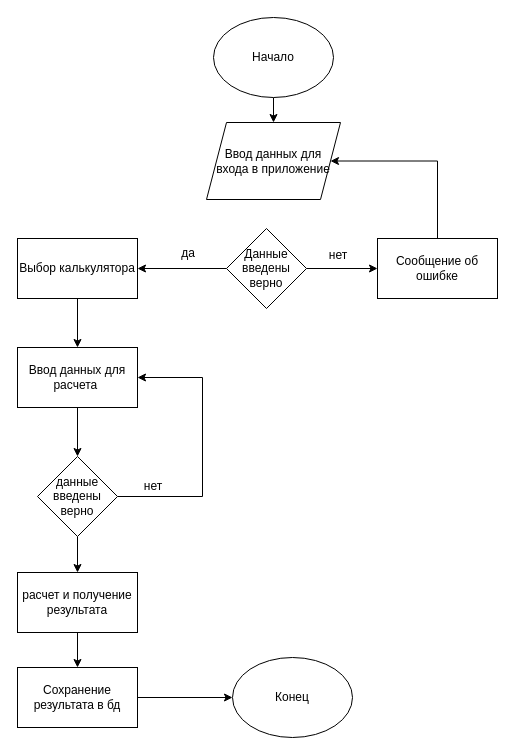
The draw.io diagram p4.drawio in Alexander-Bankov/draw, before the edit. Source tidied: cells renumbered, new cells numbered last; positions are measured from the earlier drawing's top-left corner, leaving out a move shared by most shapes. Both pictures are drawn from the tidied source at 100%, with x=0, y=0 at pixel (17, 17).
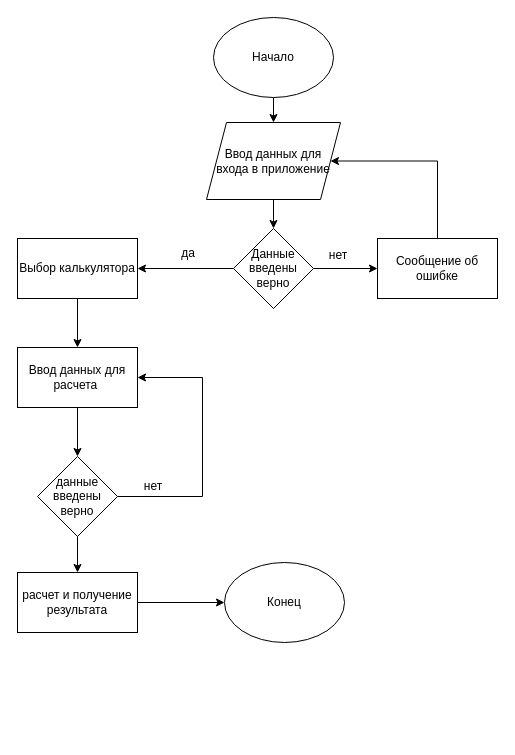
After the change.

Unchanged cells that the change refers to:
```xml
<mxCell id="4" value="Ввод данных для входа в приложение" style="shape=parallelogram;perimeter=parallelogramPerimeter;whiteSpace=wrap;html=1;fixedSize=1;" parent="1" vertex="1">
  <mxGeometry x="189" y="105" width="134" height="77" as="geometry" />
</mxCell>
<mxCell id="21" value="расчет и получение результата" style="rounded=0;whiteSpace=wrap;html=1;" parent="1" vertex="1">
  <mxGeometry y="555" width="120" height="60" as="geometry" />
</mxCell>
```

Diff of the diagram source:
```diff
@@
     <mxCell id="7" value="Данные введены верно" style="rhombus;whiteSpace=wrap;html=1;" parent="1" vertex="1">
-      <mxGeometry x="209" y="211" width="80" height="80" as="geometry" />
+      <mxGeometry x="216" y="211" width="80" height="80" as="geometry" />
     </mxCell>
@@
-    <mxCell id="20" style="edgeStyle=orthogonalEdgeStyle;rounded=0;jettySize=auto;html=1;" parent="1" edge="1" source="21" target="23">
-      <mxGeometry relative="1" as="geometry" />
-    </mxCell>
+    <mxCell id="25" style="edgeStyle=orthogonalEdgeStyle;rounded=0;jettySize=auto;html=1;" parent="1" edge="1" source="21" target="24">
+      <mxGeometry relative="1" as="geometry" />
+    </mxCell>
@@
-    <mxCell id="22" style="edgeStyle=orthogonalEdgeStyle;rounded=0;jettySize=auto;html=1;" parent="1" edge="1" source="23" target="24">
-      <mxGeometry relative="1" as="geometry" />
-    </mxCell>
-    <mxCell id="23" value="Сохранение результата в бд" style="rounded=0;whiteSpace=wrap;html=1;" parent="1" vertex="1">
-      <mxGeometry y="650" width="120" height="60" as="geometry" />
-    </mxCell>
     <mxCell id="24" value="Конец" style="ellipse;whiteSpace=wrap;html=1;" parent="1" vertex="1">
-      <mxGeometry x="215" y="640" width="120" height="80" as="geometry" />
+      <mxGeometry x="207" y="545" width="120" height="80" as="geometry" />
     </mxCell>
+    <mxCell id="26" style="endArrow=classic;html=1;rounded=0;exitX=0.5;exitY=1;exitDx=0;exitDy=0;entryX=0.5;entryY=0;entryDx=0;entryDy=0;" parent="1" edge="1" source="4" target="7">
+      <mxGeometry relative="1" as="geometry" />
+    </mxCell>
```
